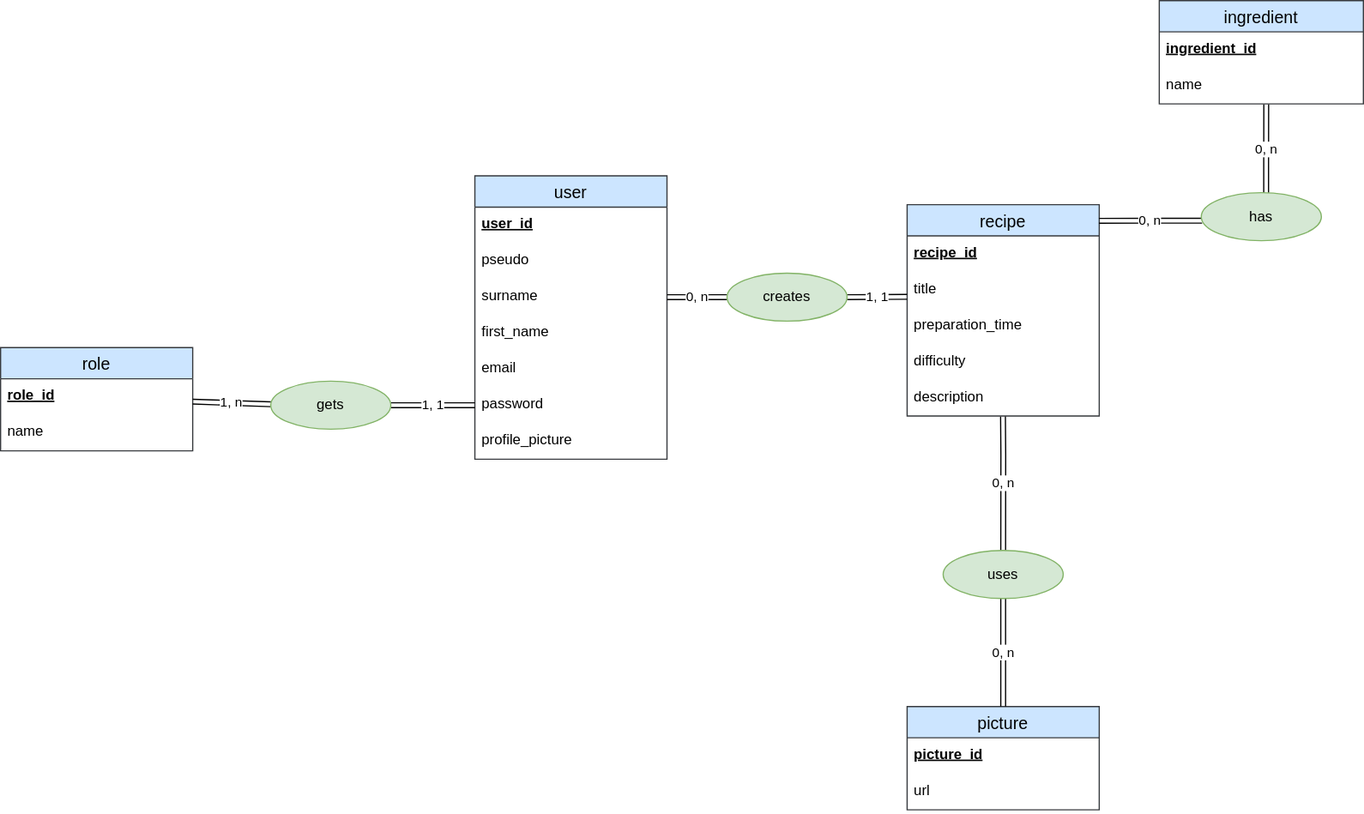
Earlier version of the draw.io export code/server/merise/MCD_le_reseau_des_gourmets.drawio.svg (TigerSnowy/le_reseau_des_gourmets). Source tidied: cells renumbered, new cells last; positions are measured from the earlier drawing's top-left corner, leaving out a move shared by most shapes.
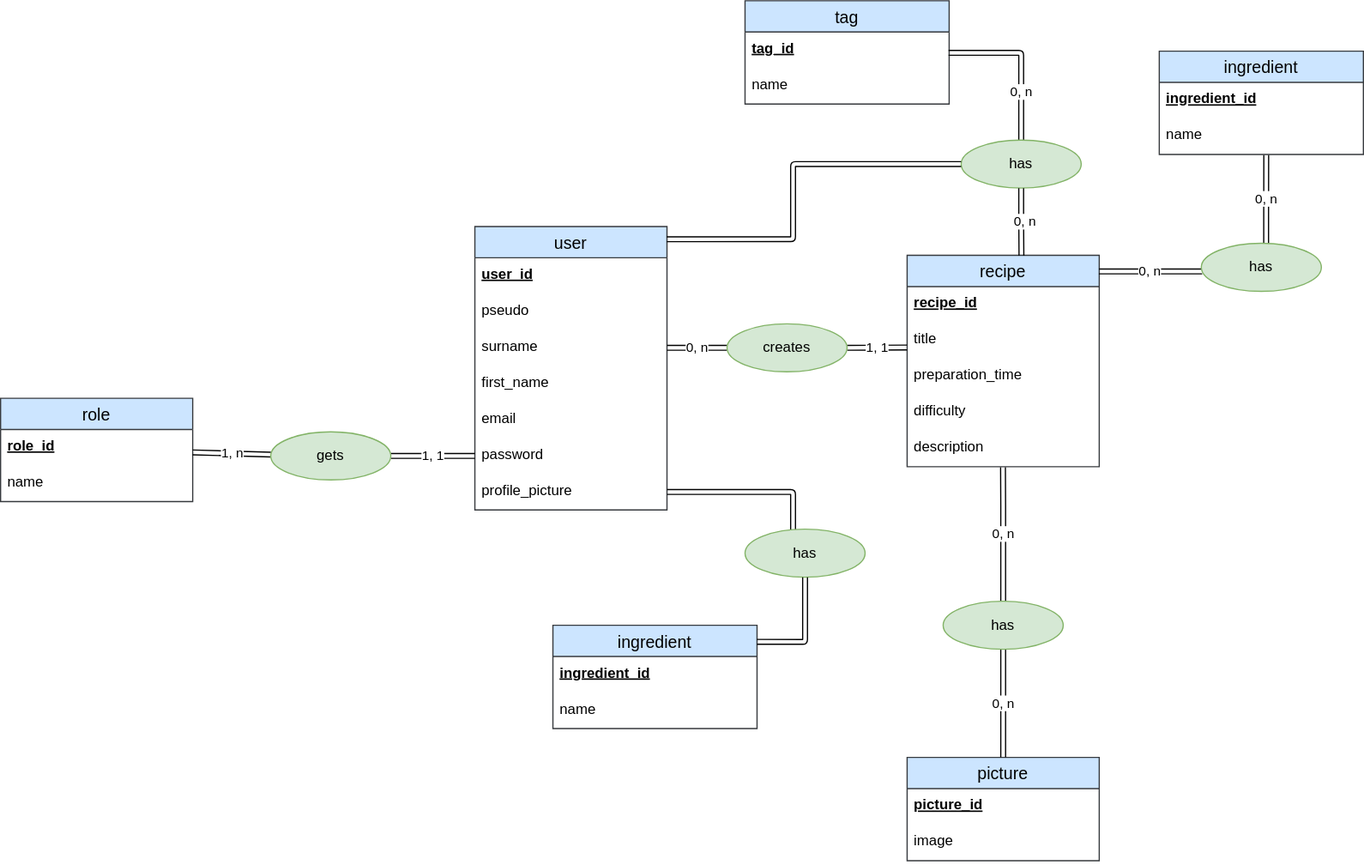
After the commit.

Diff of the diagram source:
```diff
@@ -111,7 +111,7 @@
     <mxCell id="33" value="picture_id" style="text;strokeColor=none;fillColor=none;spacingLeft=4;spacingRight=4;overflow=hidden;fontSize=12;fontStyle=5;" parent="32" vertex="1">
       <mxGeometry y="26" width="160" height="30" as="geometry" />
     </mxCell>
-    <mxCell id="34" value="url" style="text;strokeColor=none;fillColor=none;spacingLeft=4;spacingRight=4;overflow=hidden;fontSize=12;" parent="32" vertex="1">
+    <mxCell id="34" value="image" style="text;strokeColor=none;fillColor=none;spacingLeft=4;spacingRight=4;overflow=hidden;fontSize=12;" parent="32" vertex="1">
       <mxGeometry y="56" width="160" height="30" as="geometry" />
     </mxCell>
     <mxCell id="35" style="edgeStyle=orthogonalEdgeStyle;rounded=0;jettySize=auto;html=1;entryX=0.5;entryY=0;entryDx=0;entryDy=0;strokeColor=none;" parent="1" edge="1" source="37" target="32">
@@ -120,8 +120,70 @@
     <mxCell id="36" value="0, n" style="edgeStyle=orthogonalEdgeStyle;rounded=0;jettySize=auto;html=1;entryX=0.5;entryY=0;entryDx=0;entryDy=0;shape=link;" parent="1" edge="1" source="37" target="32">
       <mxGeometry relative="1" as="geometry" />
     </mxCell>
-    <mxCell id="37" value="uses" style="ellipse;whiteSpace=wrap;html=1;align=center;fillColor=#d5e8d4;strokeColor=#82b366;" parent="1" vertex="1">
+    <mxCell id="37" value="has" style="ellipse;whiteSpace=wrap;html=1;align=center;fillColor=#d5e8d4;strokeColor=#82b366;" parent="1" vertex="1">
       <mxGeometry x="785" y="458" width="100" height="40" as="geometry" />
     </mxCell>
+    <mxCell id="38" value="tag" style="swimlane;fontStyle=0;horizontal=1;startSize=26;align=center;fontSize=14;swimlaneFillColor=default;fillColor=#cce5ff;strokeColor=#36393d;" parent="1" vertex="1">
+      <mxGeometry x="620" y="-42" width="170" height="86" as="geometry" />
+    </mxCell>
+    <mxCell id="39" value="tag_id" style="text;strokeColor=none;fillColor=none;spacingLeft=4;spacingRight=4;overflow=hidden;points=[[0,0.5],[1,0.5]];portConstraint=eastwest;fontSize=12;fontStyle=5;" parent="38" vertex="1">
+      <mxGeometry y="26" width="170" height="30" as="geometry" />
+    </mxCell>
+    <mxCell id="40" value="name" style="text;strokeColor=none;fillColor=none;spacingLeft=4;spacingRight=4;overflow=hidden;fontSize=12;" parent="38" vertex="1">
+      <mxGeometry y="56" width="170" height="30" as="geometry" />
+    </mxCell>
+    <mxCell id="41" style="edgeStyle=orthogonalEdgeStyle;html=1;entryX=0.5;entryY=0;entryDx=0;entryDy=0;shape=link;exitX=0.997;exitY=0.581;exitDx=0;exitDy=0;exitPerimeter=0;" parent="1" edge="1" source="39" target="43">
+      <mxGeometry relative="1" as="geometry">
+        <Array as="points">
+          <mxPoint x="850" y="1" />
+        </Array>
+      </mxGeometry>
+    </mxCell>
+    <mxCell id="42" value="0, n" style="edgeLabel;html=1;align=center;verticalAlign=middle;" parent="41" vertex="1">
+      <mxGeometry x="0.39" relative="1" as="geometry" />
+    </mxCell>
+    <mxCell id="43" value="has" style="ellipse;whiteSpace=wrap;html=1;align=center;fillColor=#d5e8d4;strokeColor=#82b366;" parent="1" vertex="1">
+      <mxGeometry x="800" y="74" width="100" height="40" as="geometry" />
+    </mxCell>
+    <mxCell id="44" style="edgeStyle=orthogonalEdgeStyle;html=1;entryX=0.595;entryY=0.002;entryDx=0;entryDy=0;entryPerimeter=0;shape=link;" parent="1" edge="1" source="43" target="10">
+      <mxGeometry relative="1" as="geometry" />
+    </mxCell>
+    <mxCell id="45" value="0, n" style="edgeLabel;html=1;align=center;verticalAlign=middle;" parent="44" vertex="1">
+      <mxGeometry x="-0.04" y="3" relative="1" as="geometry" />
+    </mxCell>
+    <mxCell id="46" value="ingredient" style="swimlane;fontStyle=0;horizontal=1;startSize=26;align=center;fontSize=14;swimlaneFillColor=default;fillColor=#cce5ff;strokeColor=#36393d;" parent="1" vertex="1">
+      <mxGeometry x="460" y="478" width="170" height="86" as="geometry" />
+    </mxCell>
+    <mxCell id="47" value="ingredient_id" style="text;strokeColor=none;fillColor=none;spacingLeft=4;spacingRight=4;overflow=hidden;fontSize=12;fontStyle=5;" parent="46" vertex="1">
+      <mxGeometry y="26" width="170" height="30" as="geometry" />
+    </mxCell>
+    <mxCell id="48" value="name" style="text;strokeColor=none;fillColor=none;spacingLeft=4;spacingRight=4;overflow=hidden;fontSize=12;" parent="46" vertex="1">
+      <mxGeometry y="56" width="170" height="30" as="geometry" />
+    </mxCell>
+    <mxCell id="49" style="edgeStyle=orthogonalEdgeStyle;html=1;entryX=1;entryY=0.5;entryDx=0;entryDy=0;shape=link;" parent="1" edge="1" source="50" target="9">
+      <mxGeometry relative="1" as="geometry">
+        <Array as="points">
+          <mxPoint x="660" y="367" />
+        </Array>
+      </mxGeometry>
+    </mxCell>
+    <mxCell id="50" value="has" style="ellipse;whiteSpace=wrap;html=1;align=center;fillColor=#d5e8d4;strokeColor=#82b366;" parent="1" vertex="1">
+      <mxGeometry x="620" y="398" width="100" height="40" as="geometry" />
+    </mxCell>
+    <mxCell id="51" style="edgeStyle=orthogonalEdgeStyle;html=1;entryX=0.999;entryY=0.16;entryDx=0;entryDy=0;entryPerimeter=0;shape=link;" parent="1" edge="1" source="50" target="46">
+      <mxGeometry relative="1" as="geometry">
+        <Array as="points">
+          <mxPoint x="670" y="492" />
+        </Array>
+      </mxGeometry>
+    </mxCell>
+    <mxCell id="52" style="edgeStyle=orthogonalEdgeStyle;html=1;entryX=0.998;entryY=0.045;entryDx=0;entryDy=0;entryPerimeter=0;shape=link;" parent="1" edge="1" source="43" target="2">
+      <mxGeometry relative="1" as="geometry">
+        <Array as="points">
+          <mxPoint x="660" y="94" />
+          <mxPoint x="660" y="157" />
+        </Array>
+      </mxGeometry>
+    </mxCell>
   </root>
 </mxGraphModel>
```
